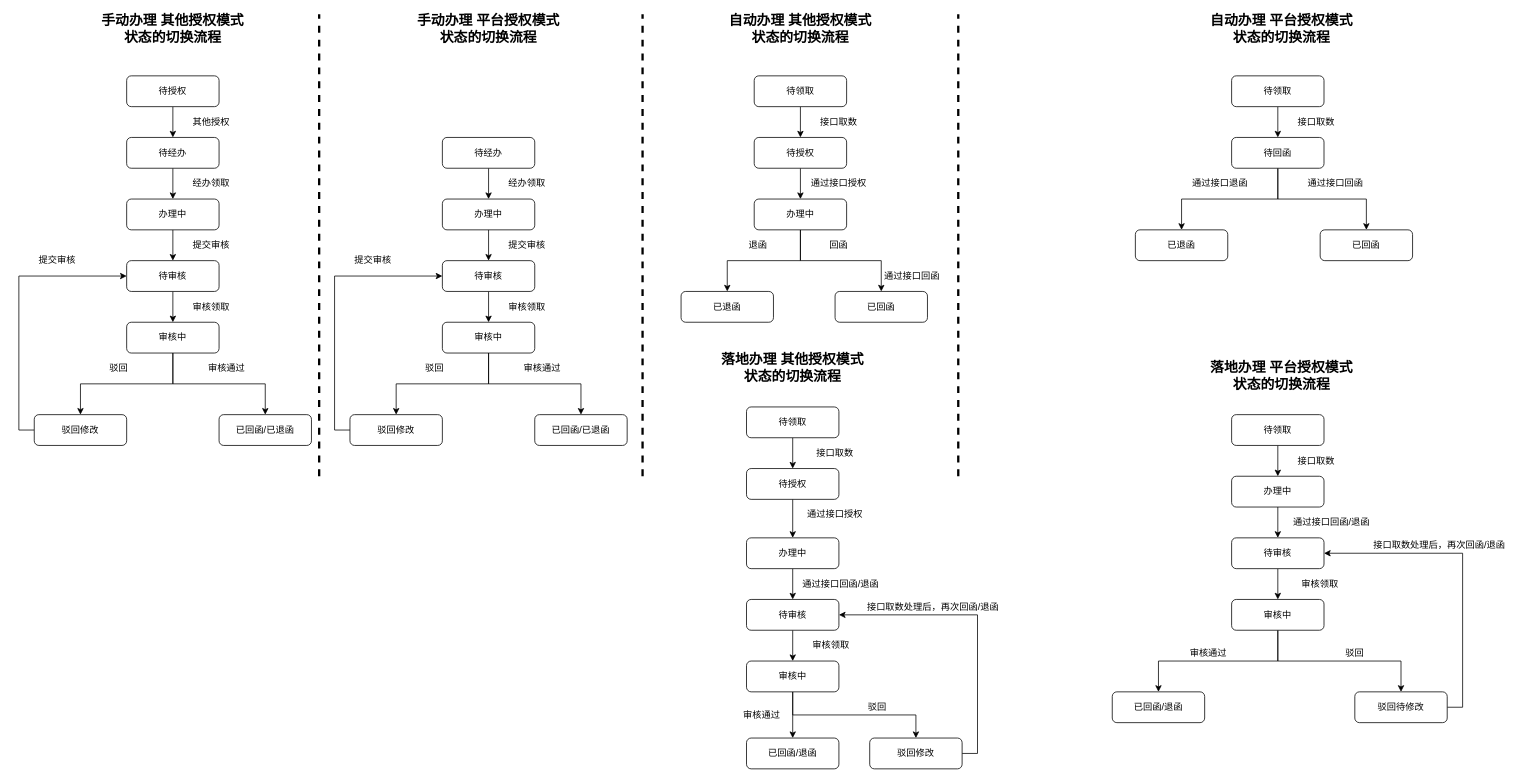
Above: 未命名绘图.drawio in pingguo002/iconomi (draw.io), before the change. Source tidied: cells renumbered, new cells numbered last; positions are measured from the earlier drawing's top-left corner, leaving out a move shared by most shapes. Both pictures are drawn from the tidied source at 77%, with x=0, y=0 at pixel (34, 14).
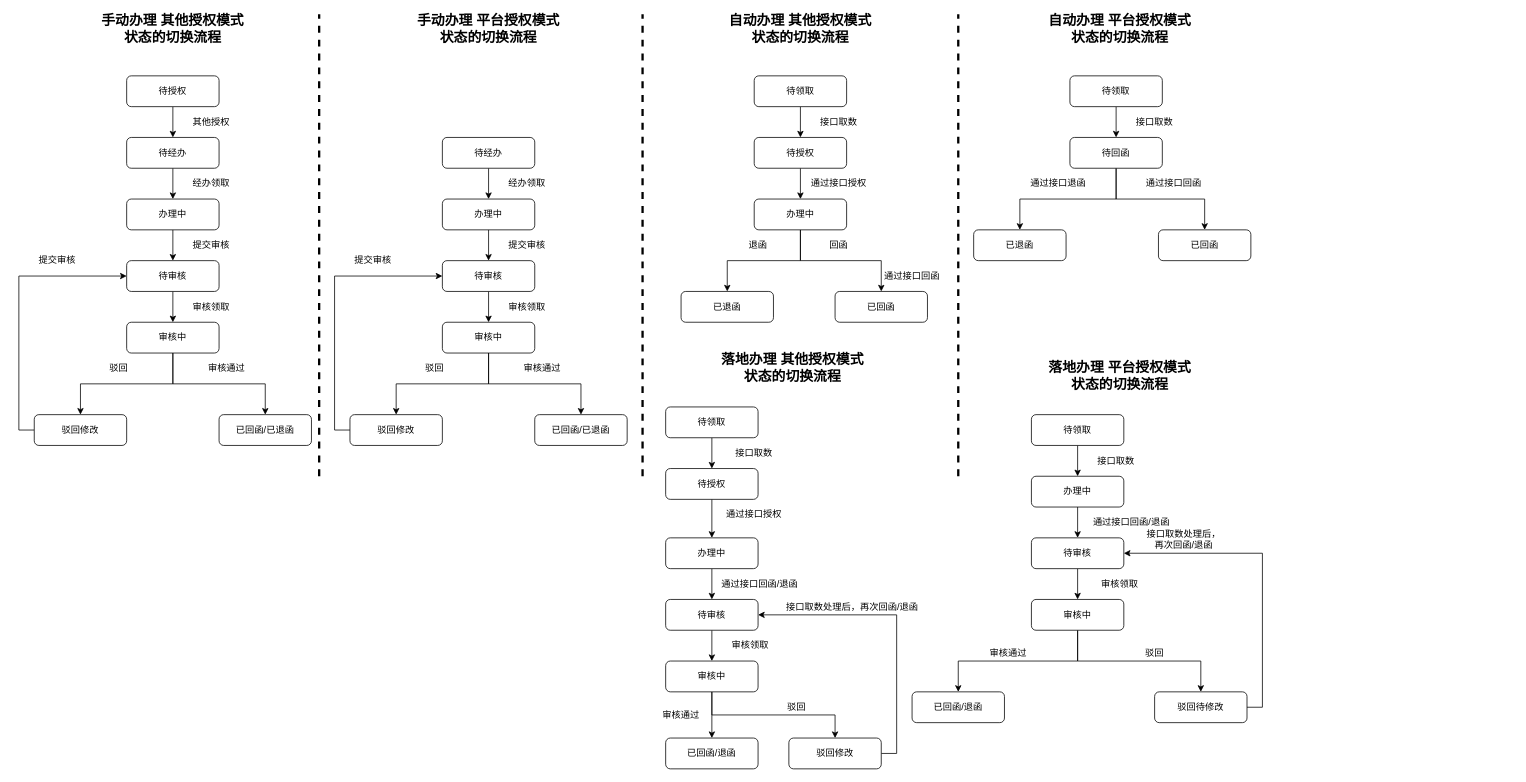
The same page after the edit.

Commit message:
更新未命名绘图.drawio

The edit, as a diff of the source:
```diff
@@
     <mxCell id="51" value="自动办理 平台授权模式&lt;br&gt;状态的切换流程" style="text;html=1;strokeColor=none;fillColor=none;align=center;verticalAlign=middle;whiteSpace=wrap;rounded=0;fontSize=18;fontStyle=1;" parent="1" vertex="1">
-      <mxGeometry x="1475" y="10" width="290" height="20" as="geometry" />
+      <mxGeometry x="1265" y="10" width="290" height="20" as="geometry" />
     </mxCell>
@@
     <mxCell id="60" value="待领取" style="rounded=1;whiteSpace=wrap;html=1;" parent="1" vertex="1">
-      <mxGeometry x="925" y="510" width="120" height="40" as="geometry" />
+      <mxGeometry x="820" y="510" width="120" height="40" as="geometry" />
     </mxCell>
@@
     <mxCell id="65" value="待授权" style="rounded=1;whiteSpace=wrap;html=1;fontSize=12;" parent="1" vertex="1">
-      <mxGeometry x="925" y="590" width="120" height="40" as="geometry" />
+      <mxGeometry x="820" y="590" width="120" height="40" as="geometry" />
     </mxCell>
     <mxCell id="66" value="接口取数" style="text;html=1;strokeColor=none;fillColor=none;align=center;verticalAlign=middle;whiteSpace=wrap;rounded=0;" parent="1" vertex="1">
-      <mxGeometry x="990" y="560" width="100" height="20" as="geometry" />
+      <mxGeometry x="885" y="560" width="100" height="20" as="geometry" />
     </mxCell>
@@
     <mxCell id="68" value="待审核" style="rounded=1;whiteSpace=wrap;html=1;fontSize=12;" parent="1" vertex="1">
-      <mxGeometry x="925" y="760" width="120" height="40" as="geometry" />
+      <mxGeometry x="820" y="760" width="120" height="40" as="geometry" />
     </mxCell>
@@
     <mxCell id="70" value="办理中" style="rounded=1;whiteSpace=wrap;html=1;fontSize=12;" parent="1" vertex="1">
-      <mxGeometry x="925" y="680" width="120" height="40" as="geometry" />
+      <mxGeometry x="820" y="680" width="120" height="40" as="geometry" />
     </mxCell>
     <mxCell id="71" value="通过接口授权" style="text;html=1;strokeColor=none;fillColor=none;align=center;verticalAlign=middle;whiteSpace=wrap;rounded=0;" parent="1" vertex="1">
-      <mxGeometry x="990" y="640" width="100" height="20" as="geometry" />
+      <mxGeometry x="885" y="640" width="100" height="20" as="geometry" />
     </mxCell>
     <mxCell id="72" value="通过接口回函/退函" style="text;html=1;strokeColor=none;fillColor=none;align=center;verticalAlign=middle;whiteSpace=wrap;rounded=0;" parent="1" vertex="1">
-      <mxGeometry x="985" y="730" width="125" height="20" as="geometry" />
+      <mxGeometry x="880" y="730" width="125" height="20" as="geometry" />
     </mxCell>
@@
     <mxCell id="75" value="审核中" style="rounded=1;whiteSpace=wrap;html=1;fontSize=12;" parent="1" vertex="1">
-      <mxGeometry x="925" y="840" width="120" height="40" as="geometry" />
+      <mxGeometry x="820" y="840" width="120" height="40" as="geometry" />
     </mxCell>
     <mxCell id="76" value="审核领取" style="text;html=1;strokeColor=none;fillColor=none;align=center;verticalAlign=middle;whiteSpace=wrap;rounded=0;" parent="1" vertex="1">
-      <mxGeometry x="985" y="810" width="100" height="20" as="geometry" />
+      <mxGeometry x="880" y="810" width="100" height="20" as="geometry" />
     </mxCell>
     <mxCell id="77" value="已回函/退函" style="rounded=1;whiteSpace=wrap;html=1;fontSize=12;" parent="1" vertex="1">
-      <mxGeometry x="925" y="940" width="120" height="40" as="geometry" />
+      <mxGeometry x="820" y="940" width="120" height="40" as="geometry" />
     </mxCell>
     <mxCell id="78" value="审核通过" style="text;html=1;strokeColor=none;fillColor=none;align=center;verticalAlign=middle;whiteSpace=wrap;rounded=0;" parent="1" vertex="1">
-      <mxGeometry x="895" y="900" width="100" height="20" as="geometry" />
+      <mxGeometry x="790" y="900" width="100" height="20" as="geometry" />
     </mxCell>
     <mxCell id="79" value="驳回" style="text;html=1;strokeColor=none;fillColor=none;align=center;verticalAlign=middle;whiteSpace=wrap;rounded=0;" parent="1" vertex="1">
-      <mxGeometry x="1045" y="890" width="100" height="20" as="geometry" />
+      <mxGeometry x="940" y="890" width="100" height="20" as="geometry" />
     </mxCell>
     <mxCell id="80" style="edgeStyle=orthogonalEdgeStyle;rounded=0;jettySize=auto;html=1;exitX=1;exitY=0.5;exitDx=0;exitDy=0;entryX=1;entryY=0.5;entryDx=0;entryDy=0;strokeWidth=1;fontSize=12;" parent="1" edge="1" source="81" target="68">
       <mxGeometry relative="1" as="geometry">
         <Array as="points">
-          <mxPoint x="1225" y="960" />
-          <mxPoint x="1225" y="780" />
+          <mxPoint x="1120" y="960" />
+          <mxPoint x="1120" y="780" />
         </Array>
       </mxGeometry>
     </mxCell>
     <mxCell id="81" value="驳回修改" style="rounded=1;whiteSpace=wrap;html=1;fontSize=12;" parent="1" vertex="1">
-      <mxGeometry x="1085" y="940" width="120" height="40" as="geometry" />
+      <mxGeometry x="980" y="940" width="120" height="40" as="geometry" />
     </mxCell>
     <mxCell id="82" value="接口取数处理后，再次回函/退函" style="text;html=1;strokeColor=none;fillColor=none;align=center;verticalAlign=middle;whiteSpace=wrap;rounded=0;" parent="1" vertex="1">
-      <mxGeometry x="1075" y="760" width="185" height="20" as="geometry" />
+      <mxGeometry x="970" y="760" width="185" height="20" as="geometry" />
     </mxCell>
@@
     <mxCell id="85" value="待回函" style="rounded=1;whiteSpace=wrap;html=1;" parent="1" vertex="1">
-      <mxGeometry x="1555" y="160" width="120" height="40" as="geometry" />
+      <mxGeometry x="1345" y="160" width="120" height="40" as="geometry" />
     </mxCell>
     <mxCell id="86" value="通过接口回函" style="text;html=1;strokeColor=none;fillColor=none;align=center;verticalAlign=middle;whiteSpace=wrap;rounded=0;" parent="1" vertex="1">
-      <mxGeometry x="1640" y="210" width="100" height="20" as="geometry" />
+      <mxGeometry x="1430" y="210" width="100" height="20" as="geometry" />
     </mxCell>
@@
     <mxCell id="88" value="待领取" style="rounded=1;whiteSpace=wrap;html=1;" parent="1" vertex="1">
-      <mxGeometry x="1555" y="80" width="120" height="40" as="geometry" />
+      <mxGeometry x="1345" y="80" width="120" height="40" as="geometry" />
     </mxCell>
     <mxCell id="89" value="接口取数" style="text;html=1;strokeColor=none;fillColor=none;align=center;verticalAlign=middle;whiteSpace=wrap;rounded=0;" parent="1" vertex="1">
-      <mxGeometry x="1615" y="130" width="100" height="20" as="geometry" />
+      <mxGeometry x="1405" y="130" width="100" height="20" as="geometry" />
     </mxCell>
     <mxCell id="90" value="已回函" style="rounded=1;whiteSpace=wrap;html=1;fontSize=12;" parent="1" vertex="1">
-      <mxGeometry x="1670" y="280" width="120" height="40" as="geometry" />
+      <mxGeometry x="1460" y="280" width="120" height="40" as="geometry" />
     </mxCell>
     <mxCell id="91" value="已退函" style="rounded=1;whiteSpace=wrap;html=1;fontSize=12;" parent="1" vertex="1">
-      <mxGeometry x="1430" y="280" width="120" height="40" as="geometry" />
+      <mxGeometry x="1220" y="280" width="120" height="40" as="geometry" />
     </mxCell>
     <mxCell id="92" value="通过接口退函" style="text;html=1;strokeColor=none;fillColor=none;align=center;verticalAlign=middle;whiteSpace=wrap;rounded=0;" parent="1" vertex="1">
-      <mxGeometry x="1490" y="210" width="100" height="20" as="geometry" />
+      <mxGeometry x="1280" y="210" width="100" height="20" as="geometry" />
     </mxCell>
     <mxCell id="93" value="落地办理 平台授权模式&lt;br&gt;状态的切换流程" style="text;html=1;strokeColor=none;fillColor=none;align=center;verticalAlign=middle;whiteSpace=wrap;rounded=0;fontSize=18;fontStyle=1;" parent="1" vertex="1">
-      <mxGeometry x="1475" y="460" width="290" height="20" as="geometry" />
+      <mxGeometry x="1265" y="460" width="290" height="20" as="geometry" />
     </mxCell>
@@
     <mxCell id="95" value="办理中" style="rounded=1;whiteSpace=wrap;html=1;" parent="1" vertex="1">
-      <mxGeometry x="1555" y="600" width="120" height="40" as="geometry" />
+      <mxGeometry x="1295" y="600" width="120" height="40" as="geometry" />
     </mxCell>
     <mxCell id="96" value="通过接口回函/退函" style="text;html=1;strokeColor=none;fillColor=none;align=center;verticalAlign=middle;whiteSpace=wrap;rounded=0;" parent="1" vertex="1">
-      <mxGeometry x="1630" y="650" width="110" height="20" as="geometry" />
+      <mxGeometry x="1370" y="650" width="110" height="20" as="geometry" />
     </mxCell>
@@
     <mxCell id="98" value="待领取" style="rounded=1;whiteSpace=wrap;html=1;" parent="1" vertex="1">
-      <mxGeometry x="1555" y="520" width="120" height="40" as="geometry" />
+      <mxGeometry x="1295" y="520" width="120" height="40" as="geometry" />
     </mxCell>
     <mxCell id="99" value="接口取数" style="text;html=1;strokeColor=none;fillColor=none;align=center;verticalAlign=middle;whiteSpace=wrap;rounded=0;" parent="1" vertex="1">
-      <mxGeometry x="1615" y="570" width="100" height="20" as="geometry" />
+      <mxGeometry x="1355" y="570" width="100" height="20" as="geometry" />
     </mxCell>
@@
     <mxCell id="101" value="待审核" style="rounded=1;whiteSpace=wrap;html=1;fontSize=12;" parent="1" vertex="1">
-      <mxGeometry x="1555" y="680" width="120" height="40" as="geometry" />
+      <mxGeometry x="1295" y="680" width="120" height="40" as="geometry" />
     </mxCell>
@@
     <mxCell id="104" value="审核中" style="rounded=1;whiteSpace=wrap;html=1;fontSize=12;" parent="1" vertex="1">
-      <mxGeometry x="1555" y="760" width="120" height="40" as="geometry" />
+      <mxGeometry x="1295" y="760" width="120" height="40" as="geometry" />
     </mxCell>
@@
     <mxCell id="106" value="驳回待修改" style="rounded=1;whiteSpace=wrap;html=1;fontSize=12;" parent="1" vertex="1">
-      <mxGeometry x="1715" y="880" width="120" height="40" as="geometry" />
+      <mxGeometry x="1455" y="880" width="120" height="40" as="geometry" />
     </mxCell>
     <mxCell id="107" value="审核领取" style="text;html=1;strokeColor=none;fillColor=none;align=center;verticalAlign=middle;whiteSpace=wrap;rounded=0;" parent="1" vertex="1">
-      <mxGeometry x="1620" y="730" width="100" height="20" as="geometry" />
+      <mxGeometry x="1360" y="730" width="100" height="20" as="geometry" />
     </mxCell>
     <mxCell id="108" value="驳回" style="text;html=1;strokeColor=none;fillColor=none;align=center;verticalAlign=middle;whiteSpace=wrap;rounded=0;" parent="1" vertex="1">
-      <mxGeometry x="1665" y="820" width="100" height="20" as="geometry" />
+      <mxGeometry x="1405" y="820" width="100" height="20" as="geometry" />
     </mxCell>
     <mxCell id="109" value="已回函/退函" style="rounded=1;whiteSpace=wrap;html=1;fontSize=12;" parent="1" vertex="1">
-      <mxGeometry x="1400" y="880" width="120" height="40" as="geometry" />
+      <mxGeometry x="1140" y="880" width="120" height="40" as="geometry" />
     </mxCell>
     <mxCell id="110" value="审核通过" style="text;html=1;strokeColor=none;fillColor=none;align=center;verticalAlign=middle;whiteSpace=wrap;rounded=0;" parent="1" vertex="1">
-      <mxGeometry x="1475" y="820" width="100" height="20" as="geometry" />
+      <mxGeometry x="1215" y="820" width="100" height="20" as="geometry" />
     </mxCell>
-    <mxCell id="111" value="接口取数处理后，再次回函/退函" style="text;html=1;strokeColor=none;fillColor=none;align=center;verticalAlign=middle;whiteSpace=wrap;rounded=0;" parent="1" vertex="1">
-      <mxGeometry x="1730" y="680" width="190" height="20" as="geometry" />
+    <mxCell id="111" value="接口取数处理后，&lt;br&gt;再次回函/退函" style="text;html=1;strokeColor=none;fillColor=none;align=center;verticalAlign=middle;whiteSpace=wrap;rounded=0;" parent="1" vertex="1">
+      <mxGeometry x="1443" y="672" width="100" height="20" as="geometry" />
     </mxCell>
```
